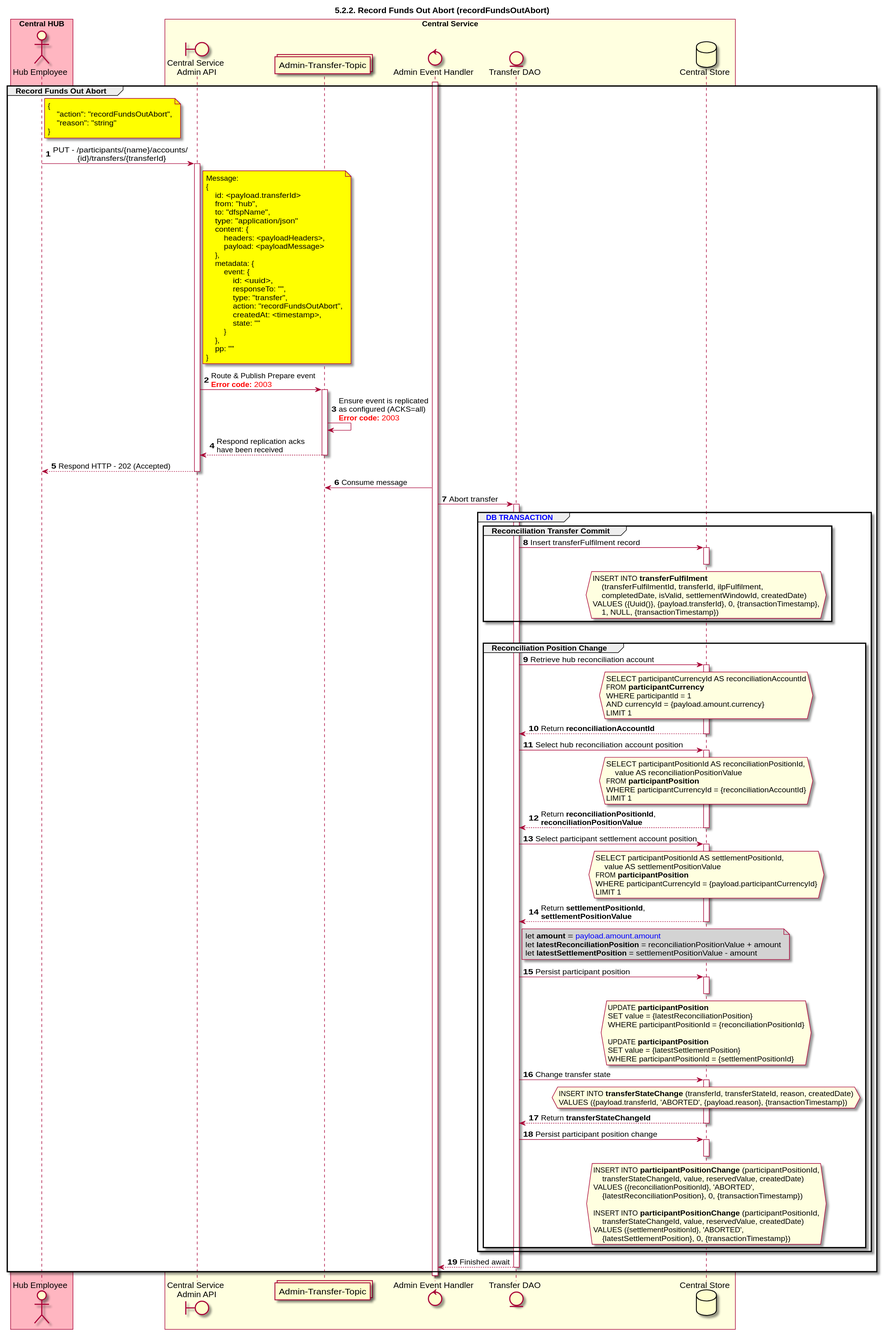
The PlantUML diagram Diagrams/SequenceDiagrams/seq-recfunds-5.2.3-out-abort.svg in ggrg/docs, before a commit. Its diagram source:
```plantuml
@startuml
title 5.2.2. Record Funds Out Abort (recordFundsOutAbort)

autonumber


actor "Hub Employee" as OPERATOR
boundary "Central Service\n Admin API" as CS_ADMIN_API
collections "Admin-Transfer-Topic" as TOPIC_ADMIN_TRANSFER
control "Admin Event Handler" as ADMIN_HANDLER
entity "Transfer DAO" as TRANSFER_DAO
database "Central Store" as DB

box "Central HUB" #lightpink
    participant OPERATOR
end box

box "Central Service" #LightYellow
    participant CS_ADMIN_API
	participant TOPIC_ADMIN_TRANSFER
    participant ADMIN_HANDLER
    participant TRANSFER_DAO
    participant DB
end box

activate ADMIN_HANDLER
group Record Funds Out Abort
    note right of OPERATOR #yellow
        {
            "action": "recordFundsOutAbort",
            "reason": "string"
        }
    end note
    OPERATOR -> CS_ADMIN_API: PUT - /participants/{name}/accounts/\n           {id}/transfers/{transferId}
    activate CS_ADMIN_API

    note right of CS_ADMIN_API #yellow
        Message:
        {
            id: <payload.transferId>
            from: "hub",
            to: "dfspName",
            type: "application/json"
            content: {
                headers: <payloadHeaders>,
                payload: <payloadMessage>
            },
            metadata: {
                event: {
                    id: <uuid>,
                    responseTo: "",
                    type: "transfer",
                    action: "recordFundsOutAbort",
                    createdAt: <timestamp>,
                    state: ""
                }
            },
            pp: ""
        }
    end note
    CS_ADMIN_API -> TOPIC_ADMIN_TRANSFER: Route & Publish Prepare event\n<color #FF0000><b>Error code:</b> 2003</color>
    activate TOPIC_ADMIN_TRANSFER
    TOPIC_ADMIN_TRANSFER <-> TOPIC_ADMIN_TRANSFER: Ensure event is replicated\nas configured (ACKS=all)\n<color #FF0000><b>Error code:</b> 2003</color>
    TOPIC_ADMIN_TRANSFER --> CS_ADMIN_API: Respond replication acks\nhave been received
    deactivate TOPIC_ADMIN_TRANSFER
    CS_ADMIN_API ---> OPERATOR: Respond HTTP - 202 (Accepted)
    deactivate CS_ADMIN_API

    TOPIC_ADMIN_TRANSFER <- ADMIN_HANDLER: Consume message
    ADMIN_HANDLER -> TRANSFER_DAO: Abort transfer
    activate TRANSFER_DAO
    group <color #blue>DB TRANSACTION</color>
        group Reconciliation Transfer Commit
            TRANSFER_DAO -> DB: Insert transferFulfilment record
            activate DB
            deactivate DB
            hnote over DB #lightyellow
                INSERT INTO **transferFulfilment**
                    (transferFulfilmentId, transferId, ilpFulfilment,
                    completedDate, isValid, settlementWindowId, createdDate)
                VALUES ({Uuid()}, {payload.transferId}, 0, {transactionTimestamp},
                    1, NULL, {transactionTimestamp})
            end hnote
        end
        |||
        group Reconciliation Position Change
            TRANSFER_DAO -> DB: Retrieve hub reconciliation account
            activate DB
            hnote over DB #lightyellow
                SELECT participantCurrencyId AS reconciliationAccountId
                FROM **participantCurrency**
                WHERE participantId = 1
                AND currencyId = {payload.amount.currency}
                LIMIT 1
            end hnote
            TRANSFER_DAO <-- DB: Return **reconciliationAccountId**
            deactivate DB

            TRANSFER_DAO -> DB: Select hub reconciliation account position
            activate DB
            hnote over DB #lightyellow
                SELECT participantPositionId AS reconciliationPositionId,
                    value AS reconciliationPositionValue
                FROM **participantPosition**
                WHERE participantCurrencyId = {reconciliationAccountId}
                LIMIT 1
            end hnote
            TRANSFER_DAO <-- DB: Return **reconciliationPositionId**,\n**reconciliationPositionValue**
            deactivate DB

            TRANSFER_DAO -> DB: Select participant settlement account position
            activate DB
            hnote over DB #lightyellow
                SELECT participantPositionId AS settlementPositionId,
                    value AS settlementPositionValue
                FROM **participantPosition**
                WHERE participantCurrencyId = {payload.participantCurrencyId}
                LIMIT 1
            end hnote
            TRANSFER_DAO <-- DB: Return **settlementPositionId**,\n**settlementPositionValue**
            deactivate DB

            note right of TRANSFER_DAO #lightgray
                let **amount** = <color #blue>payload.amount.amount</color>
                let **latestReconciliationPosition** = reconciliationPositionValue + amount
                let **latestSettlementPosition** = settlementPositionValue - amount
            end note

            TRANSFER_DAO -> DB: Persist participant position
            activate DB
            deactivate DB
            hnote over DB #lightyellow
                UPDATE **participantPosition**
                SET value = {latestReconciliationPosition}
                WHERE participantPositionId = {reconciliationPositionId}

                UPDATE **participantPosition**
                SET value = {latestSettlementPosition}
                WHERE participantPositionId = {settlementPositionId}
            end hnote

            TRANSFER_DAO -> DB: Change transfer state
            activate DB
            hnote over DB #lightyellow
                INSERT INTO **transferStateChange** (transferId, transferStateId, reason, createdDate)
                VALUES ({payload.transferId, 'ABORTED', {payload.reason}, {transactionTimestamp})
            end hnote
            TRANSFER_DAO <-- DB: Return **transferStateChangeId**
            deactivate DB

            TRANSFER_DAO -> DB: Persist participant position change
            activate DB
            deactivate DB
            hnote over DB #lightyellow
                INSERT INTO **participantPositionChange** (participantPositionId,
                    transferStateChangeId, value, reservedValue, createdDate)
                VALUES ({reconciliationPositionId}, 'ABORTED',
                    {latestReconciliationPosition}, 0, {transactionTimestamp})

                INSERT INTO **participantPositionChange** (participantPositionId,
                    transferStateChangeId, value, reservedValue, createdDate)
                VALUES ({settlementPositionId}, 'ABORTED',
                    {latestSettlementPosition}, 0, {transactionTimestamp})
            end hnote
        end
    end
    ADMIN_HANDLER <-- TRANSFER_DAO: Finished await
    deactivate TRANSFER_DAO
end
deactivate ADMIN_HANDLER
@enduml
```
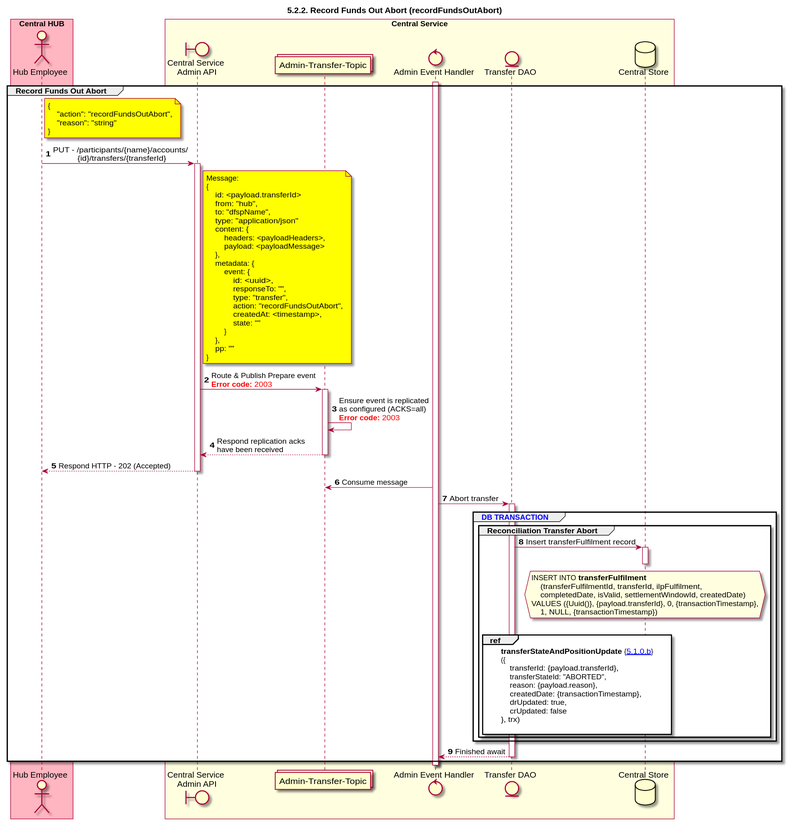
Above is the later version.

Diff of the diagram source:
```diff
@@ -70,7 +70,7 @@
     ADMIN_HANDLER -> TRANSFER_DAO: Abort transfer
     activate TRANSFER_DAO
     group <color #blue>DB TRANSACTION</color>
-        group Reconciliation Transfer Commit
+        group Reconciliation Transfer Abort
             TRANSFER_DAO -> DB: Insert transferFulfilment record
             activate DB
             deactivate DB
@@ -81,87 +81,8 @@
                 VALUES ({Uuid()}, {payload.transferId}, 0, {transactionTimestamp},
                     1, NULL, {transactionTimestamp})
             end hnote
-        end
-        |||
-        group Reconciliation Position Change
-            TRANSFER_DAO -> DB: Retrieve hub reconciliation account
-            activate DB
-            hnote over DB #lightyellow
-                SELECT participantCurrencyId AS reconciliationAccountId
-                FROM **participantCurrency**
-                WHERE participantId = 1
-                AND currencyId = {payload.amount.currency}
-                LIMIT 1
-            end hnote
-            TRANSFER_DAO <-- DB: Return **reconciliationAccountId**
-            deactivate DB
-
-            TRANSFER_DAO -> DB: Select hub reconciliation account position
-            activate DB
-            hnote over DB #lightyellow
-                SELECT participantPositionId AS reconciliationPositionId,
-                    value AS reconciliationPositionValue
-                FROM **participantPosition**
-                WHERE participantCurrencyId = {reconciliationAccountId}
-                LIMIT 1
-            end hnote
-            TRANSFER_DAO <-- DB: Return **reconciliationPositionId**,\n**reconciliationPositionValue**
-            deactivate DB
-
-            TRANSFER_DAO -> DB: Select participant settlement account position
-            activate DB
-            hnote over DB #lightyellow
-                SELECT participantPositionId AS settlementPositionId,
-                    value AS settlementPositionValue
-                FROM **participantPosition**
-                WHERE participantCurrencyId = {payload.participantCurrencyId}
-                LIMIT 1
-            end hnote
-            TRANSFER_DAO <-- DB: Return **settlementPositionId**,\n**settlementPositionValue**
-            deactivate DB
-
-            note right of TRANSFER_DAO #lightgray
-                let **amount** = <color #blue>payload.amount.amount</color>
-                let **latestReconciliationPosition** = reconciliationPositionValue + amount
-                let **latestSettlementPosition** = settlementPositionValue - amount
-            end note
-
-            TRANSFER_DAO -> DB: Persist participant position
-            activate DB
-            deactivate DB
-            hnote over DB #lightyellow
-                UPDATE **participantPosition**
-                SET value = {latestReconciliationPosition}
-                WHERE participantPositionId = {reconciliationPositionId}
-
-                UPDATE **participantPosition**
-                SET value = {latestSettlementPosition}
-                WHERE participantPositionId = {settlementPositionId}
-            end hnote
-
-            TRANSFER_DAO -> DB: Change transfer state
-            activate DB
-            hnote over DB #lightyellow
-                INSERT INTO **transferStateChange** (transferId, transferStateId, reason, createdDate)
-                VALUES ({payload.transferId, 'ABORTED', {payload.reason}, {transactionTimestamp})
-            end hnote
-            TRANSFER_DAO <-- DB: Return **transferStateChangeId**
-            deactivate DB
-
-            TRANSFER_DAO -> DB: Persist participant position change
-            activate DB
-            deactivate DB
-            hnote over DB #lightyellow
-                INSERT INTO **participantPositionChange** (participantPositionId,
-                    transferStateChangeId, value, reservedValue, createdDate)
-                VALUES ({reconciliationPositionId}, 'ABORTED',
-                    {latestReconciliationPosition}, 0, {transactionTimestamp})
-
-                INSERT INTO **participantPositionChange** (participantPositionId,
-                    transferStateChangeId, value, reservedValue, createdDate)
-                VALUES ({settlementPositionId}, 'ABORTED',
-                    {latestSettlementPosition}, 0, {transactionTimestamp})
-            end hnote
+            |||
+            ref over TRANSFER_DAO, DB:**transferStateAndPositionUpdate** {[[https://github.com/mojaloop/docs/blob/develop/Diagrams/SequenceDiagrams/seq-recfunds-5.1.0.b-transferStateAndPositionUpdate.svg 5.1.0.b]]} \n({\n    transferId: {payload.transferId},\n    transferStateId: "ABORTED",\n    reason: {payload.reason},\n    createdDate: {transactionTimestamp},\n    drUpdated: true,\n    crUpdated: false\n}, trx)\n
         end
     end
     ADMIN_HANDLER <-- TRANSFER_DAO: Finished await
```
